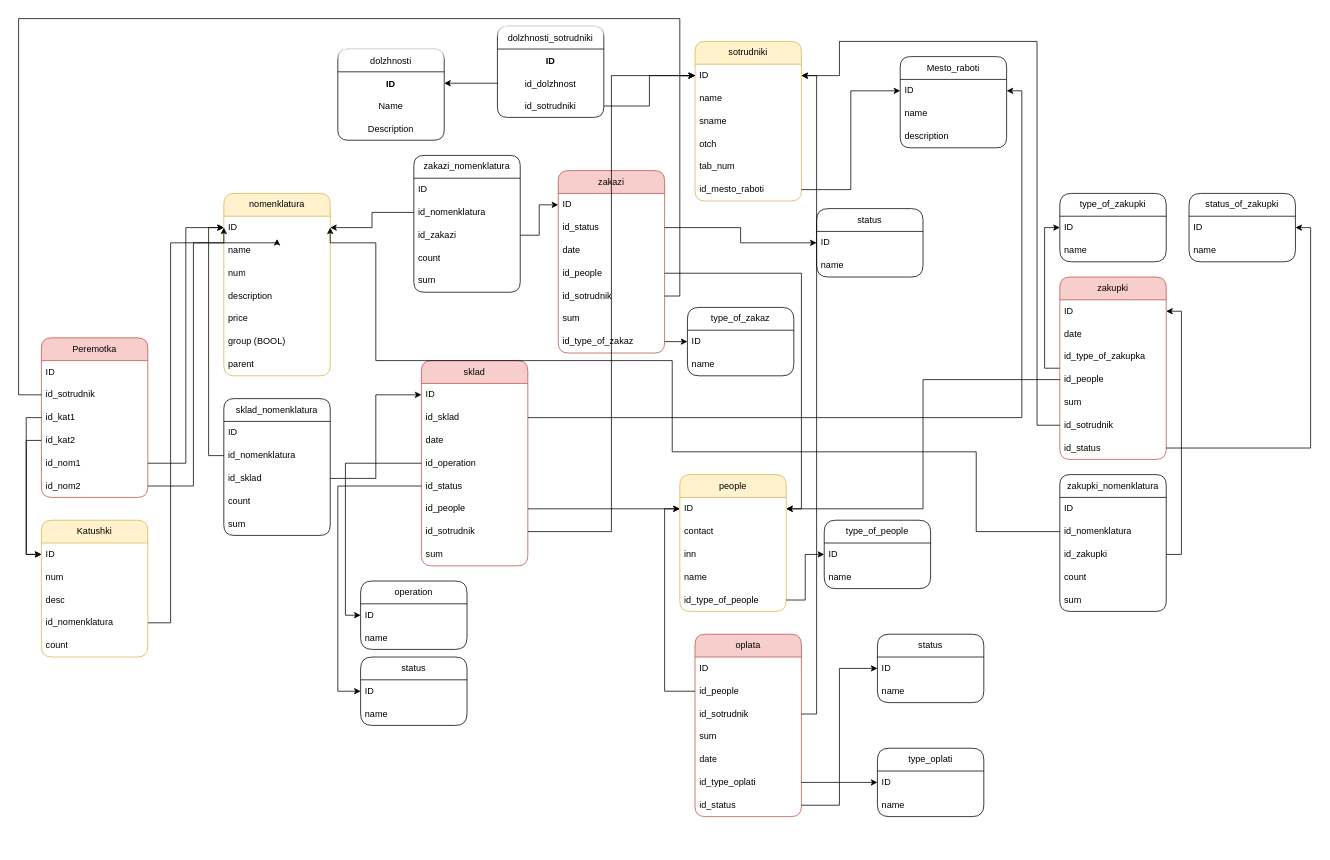
Earlier version of the draw.io diagram АРМы.drawio (OGdanik/db_diagrams). Source tidied: cells renumbered, new cells numbered last; positions are measured from the earlier drawing's top-left corner, leaving out a move shared by most shapes. Both pictures are drawn from the tidied source at 76%, with x=0, y=0 at pixel (18, 18).
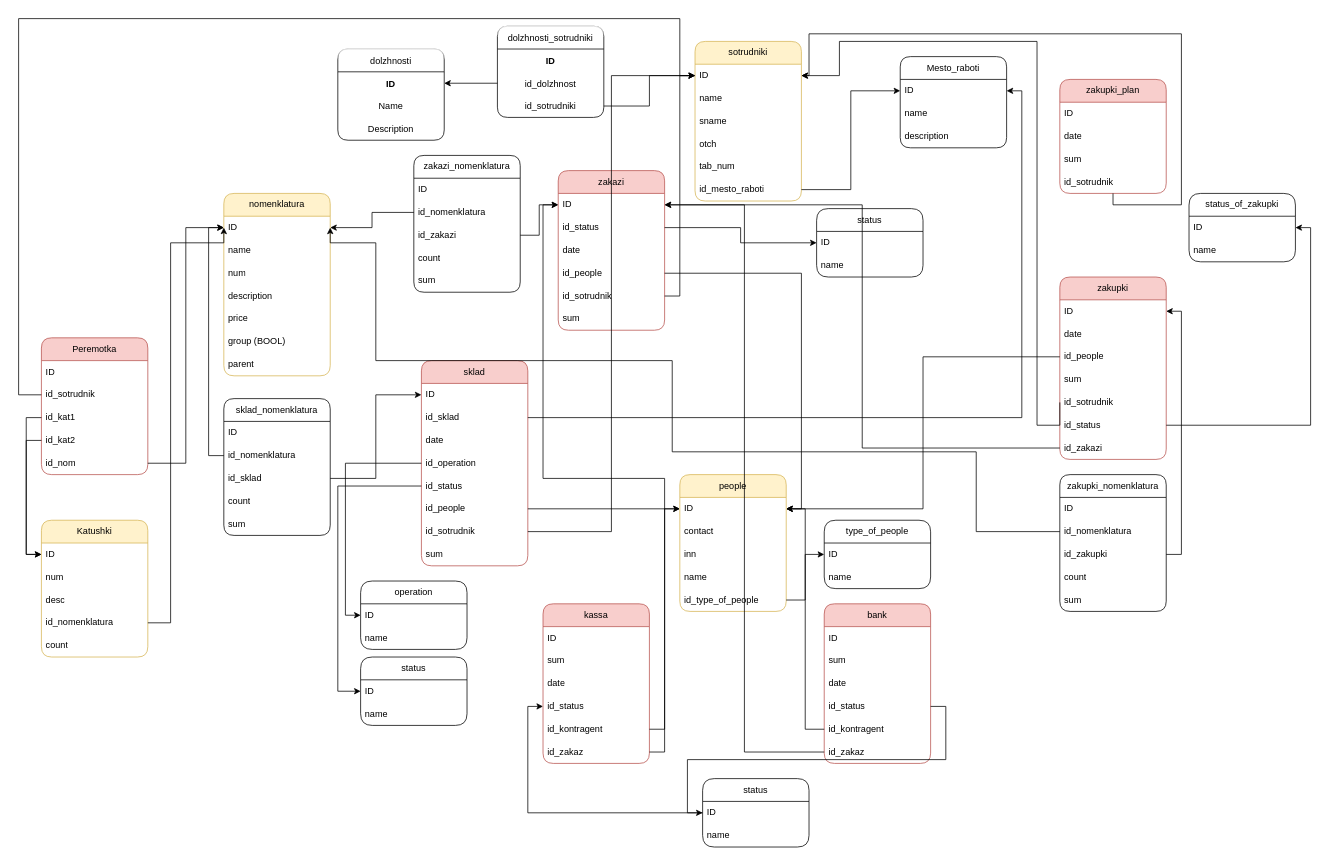
Above is the later version.

Unchanged cells that the change refers to:
```xml
<mxCell id="7" value="ID" style="text;strokeColor=none;fillColor=none;align=left;verticalAlign=middle;spacingLeft=4;spacingRight=4;overflow=hidden;points=[[0,0.5],[1,0.5]];portConstraint=eastwest;whiteSpace=wrap;html=1;" parent="6" vertex="1">
  <mxGeometry y="30" width="140" height="30" as="geometry" />
</mxCell>
<mxCell id="25" value="ID" style="text;strokeColor=none;fillColor=none;align=left;verticalAlign=middle;spacingLeft=4;spacingRight=4;overflow=hidden;points=[[0,0.5],[1,0.5]];portConstraint=eastwest;whiteSpace=wrap;html=1;" parent="24" vertex="1">
  <mxGeometry y="30" width="140" height="30" as="geometry" />
</mxCell>
<mxCell id="31" value="ID" style="text;strokeColor=none;fillColor=none;align=left;verticalAlign=middle;spacingLeft=4;spacingRight=4;overflow=hidden;points=[[0,0.5],[1,0.5]];portConstraint=eastwest;whiteSpace=wrap;html=1;" parent="30" vertex="1">
  <mxGeometry y="30" width="140" height="30" as="geometry" />
</mxCell>
<mxCell id="77" value="ID" style="text;strokeColor=none;fillColor=none;align=left;verticalAlign=middle;spacingLeft=4;spacingRight=4;overflow=hidden;points=[[0,0.5],[1,0.5]];portConstraint=eastwest;whiteSpace=wrap;html=1;rounded=1;shadow=0;glass=0;sketch=0;fillStyle=auto;" parent="76" vertex="1">
  <mxGeometry y="30" width="140" height="30" as="geometry" />
</mxCell>
<mxCell id="128" value="ID" style="text;strokeColor=none;fillColor=none;align=left;verticalAlign=middle;spacingLeft=4;spacingRight=4;overflow=hidden;points=[[0,0.5],[1,0.5]];portConstraint=eastwest;whiteSpace=wrap;html=1;" parent="127" vertex="1">
  <mxGeometry y="30" width="140" height="30" as="geometry" />
</mxCell>
<mxCell id="134" value="zakupki" style="swimlane;fontStyle=0;horizontal=1;startSize=30;whiteSpace=wrap;html=1;fillStyle=auto;shadow=0;glass=0;rounded=1;fillColor=#f8cecc;strokeColor=#b85450;" parent="1" vertex="1">
  <mxGeometry x="1370" y="340" width="140" height="240" as="geometry" />
</mxCell>
```

Change to the diagram source:
```diff
@@
     <mxCell id="76" value="zakazi" style="swimlane;fontStyle=0;horizontal=1;startSize=30;whiteSpace=wrap;html=1;rounded=1;shadow=0;glass=0;sketch=0;fillStyle=auto;fillColor=#f8cecc;strokeColor=#b85450;" parent="1" vertex="1">
-      <mxGeometry x="710" y="200" width="140" height="240" as="geometry" />
+      <mxGeometry x="710" y="200" width="140" height="210" as="geometry" />
     </mxCell>
@@
-    <mxCell id="83" value="id_type_of_zakaz" style="text;strokeColor=none;fillColor=none;align=left;verticalAlign=middle;spacingLeft=4;spacingRight=4;overflow=hidden;points=[[0,0.5],[1,0.5]];portConstraint=eastwest;whiteSpace=wrap;html=1;rounded=1;shadow=0;glass=0;sketch=0;fillStyle=auto;" parent="76" vertex="1">
-      <mxGeometry y="210" width="140" height="30" as="geometry" />
-    </mxCell>
@@
-    <mxCell id="90" value="type_of_zakaz" style="swimlane;fontStyle=0;horizontal=1;startSize=30;whiteSpace=wrap;html=1;fillStyle=auto;shadow=0;glass=0;rounded=1;arcSize=17;" parent="1" vertex="1">
-      <mxGeometry x="880" y="380" width="140" height="90" as="geometry" />
-    </mxCell>
-    <mxCell id="91" value="ID" style="text;strokeColor=none;fillColor=none;align=left;verticalAlign=middle;spacingLeft=4;spacingRight=4;overflow=hidden;points=[[0,0.5],[1,0.5]];portConstraint=eastwest;whiteSpace=wrap;html=1;" parent="90" vertex="1">
-      <mxGeometry y="30" width="140" height="30" as="geometry" />
-    </mxCell>
-    <mxCell id="92" value="name" style="text;strokeColor=none;fillColor=none;align=left;verticalAlign=middle;spacingLeft=4;spacingRight=4;overflow=hidden;whiteSpace=wrap;html=1;" parent="90" vertex="1">
-      <mxGeometry y="60" width="140" height="30" as="geometry" />
-    </mxCell>
@@
-    <mxCell id="95" style="edgeStyle=orthogonalEdgeStyle;rounded=0;jettySize=auto;html=1;exitX=1;exitY=0.5;exitDx=0;exitDy=0;entryX=0;entryY=0.5;entryDx=0;entryDy=0;" parent="1" edge="1" source="83" target="91">
-      <mxGeometry relative="1" as="geometry" />
-    </mxCell>
@@
     <mxCell id="102" value="Peremotka" style="swimlane;fontStyle=0;horizontal=1;startSize=30;whiteSpace=wrap;html=1;rounded=1;shadow=0;glass=0;sketch=0;fillStyle=auto;fillColor=#f8cecc;strokeColor=#b85450;" parent="1" vertex="1">
-      <mxGeometry x="30" y="420" width="140" height="210" as="geometry" />
+      <mxGeometry x="30" y="420" width="140" height="180" as="geometry" />
     </mxCell>
@@
-    <mxCell id="107" value="id_nom1" style="text;strokeColor=none;fillColor=none;align=left;verticalAlign=middle;spacingLeft=4;spacingRight=4;overflow=hidden;points=[[0,0.5],[1,0.5]];portConstraint=eastwest;whiteSpace=wrap;html=1;rounded=1;shadow=0;glass=0;sketch=0;fillStyle=auto;" parent="102" vertex="1">
+    <mxCell id="107" value="id_nom" style="text;strokeColor=none;fillColor=none;align=left;verticalAlign=middle;spacingLeft=4;spacingRight=4;overflow=hidden;points=[[0,0.5],[1,0.5]];portConstraint=eastwest;whiteSpace=wrap;html=1;rounded=1;shadow=0;glass=0;sketch=0;fillStyle=auto;" parent="102" vertex="1">
       <mxGeometry y="150" width="140" height="30" as="geometry" />
     </mxCell>
-    <mxCell id="108" value="id_nom2" style="text;strokeColor=none;fillColor=none;align=left;verticalAlign=middle;spacingLeft=4;spacingRight=4;overflow=hidden;points=[[0,0.5],[1,0.5]];portConstraint=eastwest;whiteSpace=wrap;html=1;rounded=1;shadow=0;glass=0;sketch=0;fillStyle=auto;" parent="102" vertex="1">
-      <mxGeometry y="180" width="140" height="30" as="geometry" />
-    </mxCell>
@@
-    <mxCell id="113" style="edgeStyle=orthogonalEdgeStyle;rounded=0;jettySize=auto;html=1;exitX=1;exitY=0.5;exitDx=0;exitDy=0;" parent="1" edge="1" source="108" target="31">
-      <mxGeometry relative="1" as="geometry">
-        <Array as="points">
-          <mxPoint x="230" y="615" />
-          <mxPoint x="230" y="295" />
-        </Array>
-      </mxGeometry>
-    </mxCell>
-    <mxCell id="114" value="oplata" style="swimlane;fontStyle=0;horizontal=1;startSize=30;whiteSpace=wrap;html=1;rounded=1;shadow=0;glass=0;sketch=0;fillStyle=auto;fillColor=#f8cecc;strokeColor=#b85450;" parent="1" vertex="1">
-      <mxGeometry x="890" y="810" width="140" height="240" as="geometry" />
+    <mxCell id="114" value="bank" style="swimlane;fontStyle=0;horizontal=1;startSize=30;whiteSpace=wrap;html=1;rounded=1;shadow=0;glass=0;sketch=0;fillStyle=auto;fillColor=#f8cecc;strokeColor=#b85450;" parent="1" vertex="1">
+      <mxGeometry x="1060" y="770" width="140" height="210" as="geometry" />
     </mxCell>
@@
-    <mxCell id="116" value="id_people" style="text;strokeColor=none;fillColor=none;align=left;verticalAlign=middle;spacingLeft=4;spacingRight=4;overflow=hidden;points=[[0,0.5],[1,0.5]];portConstraint=eastwest;whiteSpace=wrap;html=1;rounded=1;shadow=0;glass=0;sketch=0;fillStyle=auto;" parent="114" vertex="1">
-      <mxGeometry y="60" width="140" height="30" as="geometry" />
-    </mxCell>
-    <mxCell id="117" value="id_sotrudnik" style="text;strokeColor=none;fillColor=none;align=left;verticalAlign=middle;spacingLeft=4;spacingRight=4;overflow=hidden;points=[[0,0.5],[1,0.5]];portConstraint=eastwest;whiteSpace=wrap;html=1;rounded=1;shadow=0;glass=0;sketch=0;fillStyle=auto;" parent="114" vertex="1">
-      <mxGeometry y="90" width="140" height="30" as="geometry" />
-    </mxCell>
     <mxCell id="118" value="sum" style="text;strokeColor=none;fillColor=none;align=left;verticalAlign=middle;spacingLeft=4;spacingRight=4;overflow=hidden;whiteSpace=wrap;html=1;rounded=1;shadow=0;glass=0;sketch=0;fillStyle=auto;" parent="114" vertex="1">
-      <mxGeometry y="120" width="140" height="30" as="geometry" />
+      <mxGeometry y="60" width="140" height="30" as="geometry" />
     </mxCell>
     <mxCell id="119" value="date" style="text;strokeColor=none;fillColor=none;align=left;verticalAlign=middle;spacingLeft=4;spacingRight=4;overflow=hidden;whiteSpace=wrap;html=1;rounded=1;shadow=0;glass=0;sketch=0;fillStyle=auto;" parent="114" vertex="1">
-      <mxGeometry y="150" width="140" height="30" as="geometry" />
+      <mxGeometry y="90" width="140" height="30" as="geometry" />
     </mxCell>
-    <mxCell id="120" value="id_type_oplati" style="text;strokeColor=none;fillColor=none;align=left;verticalAlign=middle;spacingLeft=4;spacingRight=4;overflow=hidden;points=[[0,0.5],[1,0.5]];portConstraint=eastwest;whiteSpace=wrap;html=1;rounded=1;shadow=0;glass=0;sketch=0;fillStyle=auto;" parent="114" vertex="1">
-      <mxGeometry y="180" width="140" height="30" as="geometry" />
-    </mxCell>
     <mxCell id="121" value="id_status" style="text;strokeColor=none;fillColor=none;align=left;verticalAlign=middle;spacingLeft=4;spacingRight=4;overflow=hidden;points=[[0,0.5],[1,0.5]];portConstraint=eastwest;whiteSpace=wrap;html=1;rounded=1;shadow=0;glass=0;sketch=0;fillStyle=auto;" parent="114" vertex="1">
-      <mxGeometry y="210" width="140" height="30" as="geometry" />
+      <mxGeometry y="120" width="140" height="30" as="geometry" />
     </mxCell>
-    <mxCell id="122" style="edgeStyle=orthogonalEdgeStyle;rounded=0;jettySize=auto;html=1;exitX=0;exitY=0.5;exitDx=0;exitDy=0;entryX=0;entryY=0.5;entryDx=0;entryDy=0;" parent="1" edge="1" source="116" target="25">
-      <mxGeometry relative="1" as="geometry" />
-    </mxCell>
-    <mxCell id="123" style="edgeStyle=orthogonalEdgeStyle;rounded=0;jettySize=auto;html=1;exitX=1;exitY=0.5;exitDx=0;exitDy=0;entryX=1;entryY=0.5;entryDx=0;entryDy=0;" parent="1" edge="1" source="117" target="7">
-      <mxGeometry relative="1" as="geometry" />
-    </mxCell>
-    <mxCell id="124" value="type_oplati" style="swimlane;fontStyle=0;horizontal=1;startSize=30;whiteSpace=wrap;html=1;fillStyle=auto;shadow=0;glass=0;rounded=1;arcSize=17;" parent="1" vertex="1">
-      <mxGeometry x="1130" y="960" width="140" height="90" as="geometry" />
-    </mxCell>
-    <mxCell id="125" value="ID" style="text;strokeColor=none;fillColor=none;align=left;verticalAlign=middle;spacingLeft=4;spacingRight=4;overflow=hidden;points=[[0,0.5],[1,0.5]];portConstraint=eastwest;whiteSpace=wrap;html=1;" parent="124" vertex="1">
-      <mxGeometry y="30" width="140" height="30" as="geometry" />
-    </mxCell>
-    <mxCell id="126" value="name" style="text;strokeColor=none;fillColor=none;align=left;verticalAlign=middle;spacingLeft=4;spacingRight=4;overflow=hidden;whiteSpace=wrap;html=1;" parent="124" vertex="1">
-      <mxGeometry y="60" width="140" height="30" as="geometry" />
-    </mxCell>
+    <mxCell id="159" value="id_kontragent" style="text;strokeColor=none;fillColor=none;align=left;verticalAlign=middle;spacingLeft=4;spacingRight=4;overflow=hidden;points=[[0,0.5],[1,0.5]];portConstraint=eastwest;whiteSpace=wrap;html=1;rounded=1;shadow=0;glass=0;sketch=0;fillStyle=auto;" parent="114" vertex="1">
+      <mxGeometry y="150" width="140" height="30" as="geometry" />
+    </mxCell>
+    <mxCell id="160" value="id_zakaz" style="text;strokeColor=none;fillColor=none;align=left;verticalAlign=middle;spacingLeft=4;spacingRight=4;overflow=hidden;points=[[0,0.5],[1,0.5]];portConstraint=eastwest;whiteSpace=wrap;html=1;rounded=1;shadow=0;glass=0;sketch=0;fillStyle=auto;" parent="114" vertex="1">
+      <mxGeometry y="180" width="140" height="30" as="geometry" />
+    </mxCell>
     <mxCell id="127" value="status" style="swimlane;fontStyle=0;horizontal=1;startSize=30;whiteSpace=wrap;html=1;fillStyle=auto;shadow=0;glass=0;rounded=1;arcSize=17;" parent="1" vertex="1">
-      <mxGeometry x="1130" y="810" width="140" height="90" as="geometry" />
+      <mxGeometry x="900" y="1000" width="140" height="90" as="geometry" />
     </mxCell>
@@
-    <mxCell id="131" style="edgeStyle=orthogonalEdgeStyle;rounded=0;jettySize=auto;html=1;exitX=1;exitY=0.5;exitDx=0;exitDy=0;entryX=0;entryY=0.5;entryDx=0;entryDy=0;" parent="1" edge="1" source="120" target="125">
-      <mxGeometry relative="1" as="geometry" />
-    </mxCell>
@@
-    <mxCell id="133" style="edgeStyle=orthogonalEdgeStyle;rounded=0;jettySize=auto;html=1;exitX=0;exitY=0.5;exitDx=0;exitDy=0;entryX=0;entryY=0.5;entryDx=0;entryDy=0;" parent="1" edge="1" source="134" target="150">
-      <mxGeometry relative="1" as="geometry" />
-    </mxCell>
@@
-    <mxCell id="137" value="id_type_of_zakupka" style="text;strokeColor=none;fillColor=none;align=left;verticalAlign=middle;spacingLeft=4;spacingRight=4;overflow=hidden;whiteSpace=wrap;html=1;" parent="134" vertex="1">
-      <mxGeometry y="90" width="140" height="30" as="geometry" />
-    </mxCell>
     <mxCell id="138" value="id_people" style="text;strokeColor=none;fillColor=none;align=left;verticalAlign=middle;spacingLeft=4;spacingRight=4;overflow=hidden;points=[[0,0.5],[1,0.5]];portConstraint=eastwest;whiteSpace=wrap;html=1;" parent="134" vertex="1">
-      <mxGeometry y="120" width="140" height="30" as="geometry" />
+      <mxGeometry y="90" width="140" height="30" as="geometry" />
     </mxCell>
     <mxCell id="139" value="sum" style="text;strokeColor=none;fillColor=none;align=left;verticalAlign=middle;spacingLeft=4;spacingRight=4;overflow=hidden;whiteSpace=wrap;html=1;" parent="134" vertex="1">
-      <mxGeometry y="150" width="140" height="30" as="geometry" />
+      <mxGeometry y="120" width="140" height="30" as="geometry" />
     </mxCell>
     <mxCell id="140" value="id_sotrudnik" style="text;strokeColor=none;fillColor=none;align=left;verticalAlign=middle;spacingLeft=4;spacingRight=4;overflow=hidden;points=[[0,0.5],[1,0.5]];portConstraint=eastwest;whiteSpace=wrap;html=1;" parent="134" vertex="1">
-      <mxGeometry y="180" width="140" height="30" as="geometry" />
+      <mxGeometry y="150" width="140" height="30" as="geometry" />
     </mxCell>
     <mxCell id="141" value="id_status" style="text;strokeColor=none;fillColor=none;align=left;verticalAlign=middle;spacingLeft=4;spacingRight=4;overflow=hidden;points=[[0,0.5],[1,0.5]];portConstraint=eastwest;whiteSpace=wrap;html=1;" parent="134" vertex="1">
-      <mxGeometry y="210" width="140" height="30" as="geometry" />
+      <mxGeometry y="180" width="140" height="30" as="geometry" />
     </mxCell>
+    <mxCell id="161" value="id_zakazi" style="text;strokeColor=none;fillColor=none;align=left;verticalAlign=middle;spacingLeft=4;spacingRight=4;overflow=hidden;points=[[0,0.5],[1,0.5]];portConstraint=eastwest;whiteSpace=wrap;html=1;" parent="134" vertex="1">
+      <mxGeometry y="210" width="140" height="30" as="geometry" />
+    </mxCell>
@@
-    <mxCell id="150" value="type_of_zakupki" style="swimlane;fontStyle=0;horizontal=1;startSize=30;whiteSpace=wrap;html=1;fillStyle=auto;shadow=0;glass=0;rounded=1;arcSize=17;" parent="1" vertex="1">
-      <mxGeometry x="1370" y="230" width="140" height="90" as="geometry" />
-    </mxCell>
-    <mxCell id="151" value="ID" style="text;strokeColor=none;fillColor=none;align=left;verticalAlign=middle;spacingLeft=4;spacingRight=4;overflow=hidden;whiteSpace=wrap;html=1;" parent="150" vertex="1">
-      <mxGeometry y="30" width="140" height="30" as="geometry" />
-    </mxCell>
-    <mxCell id="152" value="name" style="text;strokeColor=none;fillColor=none;align=left;verticalAlign=middle;spacingLeft=4;spacingRight=4;overflow=hidden;whiteSpace=wrap;html=1;" parent="150" vertex="1">
-      <mxGeometry y="60" width="140" height="30" as="geometry" />
-    </mxCell>
@@
+    <mxCell id="162" value="zakupki_plan" style="swimlane;fontStyle=0;horizontal=1;startSize=30;whiteSpace=wrap;html=1;fillStyle=auto;shadow=0;glass=0;rounded=1;fillColor=#f8cecc;strokeColor=#b85450;" parent="1" vertex="1">
+      <mxGeometry x="1370" y="80" width="140" height="150" as="geometry" />
+    </mxCell>
+    <mxCell id="163" value="ID" style="text;strokeColor=none;fillColor=none;align=left;verticalAlign=middle;spacingLeft=4;spacingRight=4;overflow=hidden;whiteSpace=wrap;html=1;" parent="162" vertex="1">
+      <mxGeometry y="30" width="140" height="30" as="geometry" />
+    </mxCell>
+    <mxCell id="164" value="date" style="text;strokeColor=none;fillColor=none;align=left;verticalAlign=middle;spacingLeft=4;spacingRight=4;overflow=hidden;whiteSpace=wrap;html=1;" parent="162" vertex="1">
+      <mxGeometry y="60" width="140" height="30" as="geometry" />
+    </mxCell>
+    <mxCell id="165" value="sum" style="text;strokeColor=none;fillColor=none;align=left;verticalAlign=middle;spacingLeft=4;spacingRight=4;overflow=hidden;whiteSpace=wrap;html=1;" parent="162" vertex="1">
+      <mxGeometry y="90" width="140" height="30" as="geometry" />
+    </mxCell>
+    <mxCell id="117" value="id_sotrudnik" style="text;strokeColor=none;fillColor=none;align=left;verticalAlign=middle;spacingLeft=4;spacingRight=4;overflow=hidden;points=[[0,0.5],[1,0.5]];portConstraint=eastwest;whiteSpace=wrap;html=1;" parent="162" vertex="1">
+      <mxGeometry y="120" width="140" height="30" as="geometry" />
+    </mxCell>
+    <mxCell id="123" style="edgeStyle=orthogonalEdgeStyle;rounded=0;jettySize=auto;html=1;entryX=1;entryY=0.5;entryDx=0;entryDy=0;" parent="1" edge="1" source="117" target="7">
+      <mxGeometry relative="1" as="geometry">
+        <Array as="points">
+          <mxPoint x="1530" y="245" />
+          <mxPoint x="1530" y="20" />
+          <mxPoint x="1040" y="20" />
+          <mxPoint x="1040" y="75" />
+        </Array>
+      </mxGeometry>
+    </mxCell>
+    <mxCell id="166" style="edgeStyle=orthogonalEdgeStyle;rounded=0;jettySize=auto;html=1;exitX=0;exitY=0.5;exitDx=0;exitDy=0;entryX=1;entryY=0.5;entryDx=0;entryDy=0;" parent="1" edge="1" source="161" target="77">
+      <mxGeometry relative="1" as="geometry" />
+    </mxCell>
+    <mxCell id="167" value="kassa" style="swimlane;fontStyle=0;horizontal=1;startSize=30;whiteSpace=wrap;html=1;rounded=1;shadow=0;glass=0;sketch=0;fillStyle=auto;fillColor=#f8cecc;strokeColor=#b85450;" parent="1" vertex="1">
+      <mxGeometry x="690" y="770" width="140" height="210" as="geometry" />
+    </mxCell>
+    <mxCell id="168" value="ID" style="text;strokeColor=none;fillColor=none;align=left;verticalAlign=middle;spacingLeft=4;spacingRight=4;overflow=hidden;whiteSpace=wrap;html=1;rounded=1;shadow=0;glass=0;sketch=0;fillStyle=auto;" parent="167" vertex="1">
+      <mxGeometry y="30" width="140" height="30" as="geometry" />
+    </mxCell>
+    <mxCell id="169" value="sum" style="text;strokeColor=none;fillColor=none;align=left;verticalAlign=middle;spacingLeft=4;spacingRight=4;overflow=hidden;whiteSpace=wrap;html=1;rounded=1;shadow=0;glass=0;sketch=0;fillStyle=auto;" parent="167" vertex="1">
+      <mxGeometry y="60" width="140" height="30" as="geometry" />
+    </mxCell>
+    <mxCell id="170" value="date" style="text;strokeColor=none;fillColor=none;align=left;verticalAlign=middle;spacingLeft=4;spacingRight=4;overflow=hidden;whiteSpace=wrap;html=1;rounded=1;shadow=0;glass=0;sketch=0;fillStyle=auto;" parent="167" vertex="1">
+      <mxGeometry y="90" width="140" height="30" as="geometry" />
+    </mxCell>
+    <mxCell id="171" value="id_status" style="text;strokeColor=none;fillColor=none;align=left;verticalAlign=middle;spacingLeft=4;spacingRight=4;overflow=hidden;points=[[0,0.5],[1,0.5]];portConstraint=eastwest;whiteSpace=wrap;html=1;rounded=1;shadow=0;glass=0;sketch=0;fillStyle=auto;" parent="167" vertex="1">
+      <mxGeometry y="120" width="140" height="30" as="geometry" />
+    </mxCell>
+    <mxCell id="172" value="id_kontragent" style="text;strokeColor=none;fillColor=none;align=left;verticalAlign=middle;spacingLeft=4;spacingRight=4;overflow=hidden;points=[[0,0.5],[1,0.5]];portConstraint=eastwest;whiteSpace=wrap;html=1;rounded=1;shadow=0;glass=0;sketch=0;fillStyle=auto;" parent="167" vertex="1">
+      <mxGeometry y="150" width="140" height="30" as="geometry" />
+    </mxCell>
+    <mxCell id="173" value="id_zakaz" style="text;strokeColor=none;fillColor=none;align=left;verticalAlign=middle;spacingLeft=4;spacingRight=4;overflow=hidden;points=[[0,0.5],[1,0.5]];portConstraint=eastwest;whiteSpace=wrap;html=1;rounded=1;shadow=0;glass=0;sketch=0;fillStyle=auto;" parent="167" vertex="1">
+      <mxGeometry y="180" width="140" height="30" as="geometry" />
+    </mxCell>
+    <mxCell id="174" style="edgeStyle=orthogonalEdgeStyle;rounded=0;jettySize=auto;html=1;exitX=0;exitY=0.5;exitDx=0;exitDy=0;entryX=0;entryY=0.5;entryDx=0;entryDy=0;" parent="1" edge="1" source="128" target="171">
+      <mxGeometry relative="1" as="geometry" />
+    </mxCell>
+    <mxCell id="175" style="edgeStyle=orthogonalEdgeStyle;rounded=0;jettySize=auto;html=1;exitX=1;exitY=0.5;exitDx=0;exitDy=0;" parent="1" edge="1" source="172" target="25">
+      <mxGeometry relative="1" as="geometry" />
+    </mxCell>
+    <mxCell id="176" style="edgeStyle=orthogonalEdgeStyle;rounded=0;jettySize=auto;html=1;exitX=0;exitY=0.5;exitDx=0;exitDy=0;entryX=1;entryY=0.5;entryDx=0;entryDy=0;" parent="1" edge="1" source="159" target="25">
+      <mxGeometry relative="1" as="geometry" />
+    </mxCell>
+    <mxCell id="177" style="edgeStyle=orthogonalEdgeStyle;rounded=0;jettySize=auto;html=1;exitX=1;exitY=0.5;exitDx=0;exitDy=0;" parent="1" edge="1" source="173" target="77">
+      <mxGeometry relative="1" as="geometry" />
+    </mxCell>
+    <mxCell id="178" style="edgeStyle=orthogonalEdgeStyle;rounded=0;jettySize=auto;html=1;exitX=0;exitY=0.5;exitDx=0;exitDy=0;" parent="1" edge="1" source="160" target="77">
+      <mxGeometry relative="1" as="geometry" />
+    </mxCell>
```
